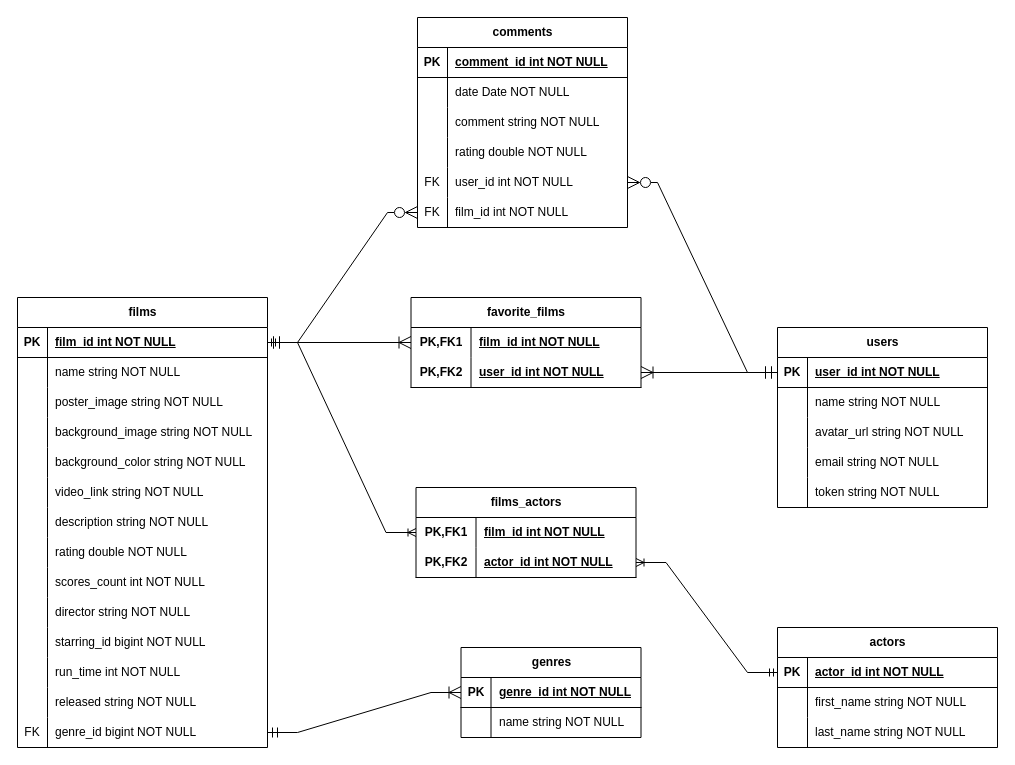
Before: diagram_db.drawio in kirilloschepkov/library, a draw.io diagram. Source tidied: cells renumbered, new cells numbered last; positions are measured from the earlier drawing's top-left corner, leaving out a move shared by most shapes. Both pictures are drawn from the tidied source at 100%, with x=0, y=0 at pixel (17, 17).
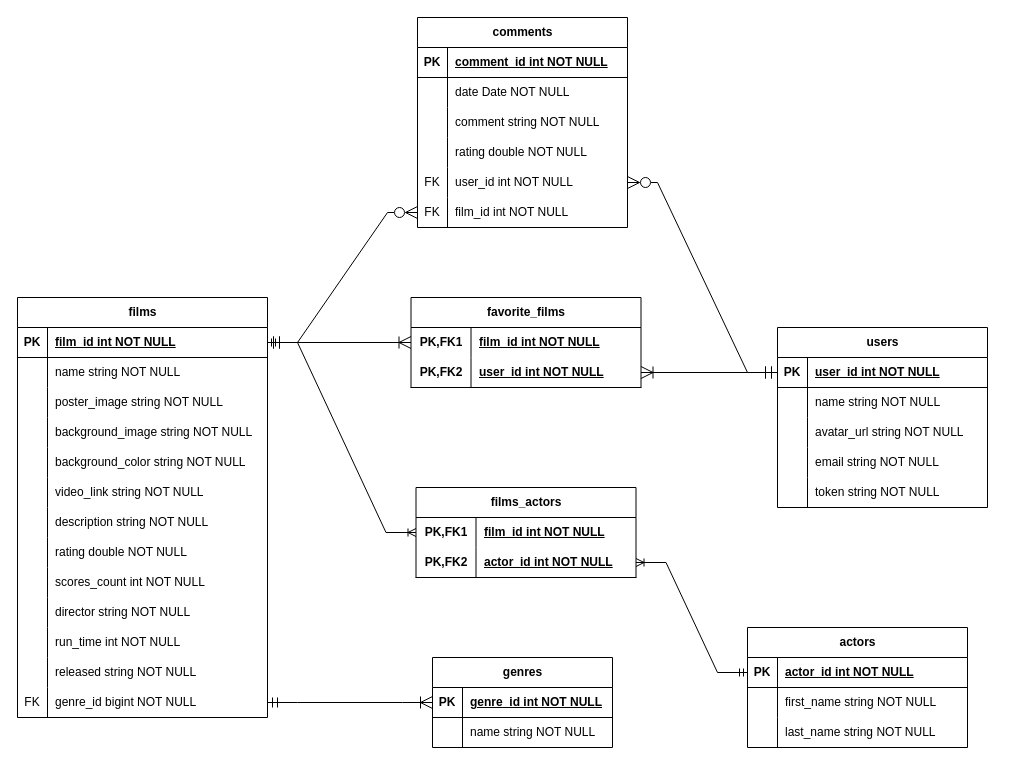
The same page after the edit.

Change to the diagram source:
```diff
@@
     <mxCell id="2" value="films" style="shape=table;startSize=30;childLayout=tableLayout;rowLines=0;fontStyle=1;align=center;html=1;" parent="1" vertex="1">
-      <mxGeometry y="280" width="250" height="450" as="geometry" />
+      <mxGeometry y="280" width="250" height="420" as="geometry" />
     </mxCell>
@@
-    <mxCell id="33" style="shape=tableRow;horizontal=0;startSize=0;swimlaneHead=0;swimlaneBody=0;fillColor=none;top=0;left=0;right=0;bottom=0;" parent="2" vertex="1">
-      <mxGeometry y="330" width="250" height="30" as="geometry" />
-    </mxCell>
-    <mxCell id="34" style="shape=partialRectangle;fillColor=none;top=0;left=0;bottom=0;right=0;overflow=hidden;whiteSpace=wrap;html=1;" parent="33" vertex="1">
-      <mxGeometry width="30" height="30" as="geometry" />
-    </mxCell>
-    <mxCell id="35" value="starring_id bigint NOT NULL" style="shape=partialRectangle;fillColor=none;top=0;left=0;bottom=0;right=0;align=left;spacingLeft=6;overflow=hidden;whiteSpace=wrap;html=1;" parent="33" vertex="1">
-      <mxGeometry x="30" width="220" height="30" as="geometry" />
-    </mxCell>
     <mxCell id="36" style="shape=tableRow;horizontal=0;startSize=0;swimlaneHead=0;swimlaneBody=0;fillColor=none;top=0;left=0;right=0;bottom=0;" parent="2" vertex="1">
-      <mxGeometry y="360" width="250" height="30" as="geometry" />
+      <mxGeometry y="330" width="250" height="30" as="geometry" />
     </mxCell>
@@
     <mxCell id="39" style="shape=tableRow;horizontal=0;startSize=0;swimlaneHead=0;swimlaneBody=0;fillColor=none;top=0;left=0;right=0;bottom=0;" parent="2" vertex="1">
-      <mxGeometry y="390" width="250" height="30" as="geometry" />
+      <mxGeometry y="360" width="250" height="30" as="geometry" />
     </mxCell>
@@
     <mxCell id="42" style="shape=tableRow;horizontal=0;startSize=0;swimlaneHead=0;swimlaneBody=0;fillColor=none;points=[[0,0.5],[1,0.5]];portConstraint=eastwest;top=0;left=0;right=0;bottom=0;" parent="2" vertex="1">
-      <mxGeometry y="420" width="250" height="30" as="geometry" />
+      <mxGeometry y="390" width="250" height="30" as="geometry" />
     </mxCell>
@@
     <mxCell id="80" value="genres" style="shape=table;startSize=30;childLayout=tableLayout;rowLines=0;fontStyle=1;align=center;html=1;" parent="1" vertex="1">
-      <mxGeometry x="443.5" y="630" width="180" height="90" as="geometry" />
+      <mxGeometry x="415" y="640" width="180" height="90" as="geometry" />
     </mxCell>
@@
     <mxCell id="99" value="actors" style="shape=table;startSize=30;childLayout=tableLayout;rowLines=0;fontStyle=1;align=center;html=1;" parent="1" vertex="1">
-      <mxGeometry x="760" y="610" width="220" height="120" as="geometry" />
+      <mxGeometry x="730" y="610" width="220" height="120" as="geometry" />
     </mxCell>
```
